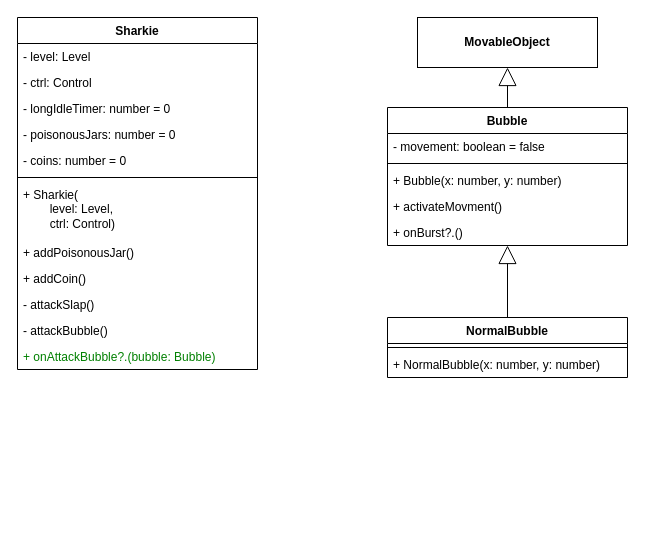
elma1989/sharkie keeps this draw.io diagram as docs/issue/28-diagram.drawio. Above is the earlier version. Source tidied: cells renumbered, new cells numbered last; positions are measured from the earlier drawing's top-left corner, leaving out a move shared by most shapes. Both pictures are drawn from the tidied source at 100%, with x=0, y=0 at pixel (17, 17).
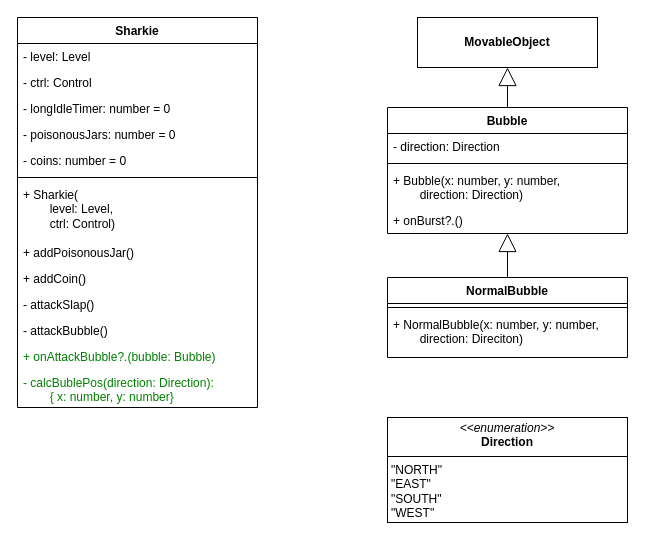
The same diagram, later.

Commit message (it also covers changes not shown here):
doc: classes NormalBubble, Sharkie, Level

What changed in the source:
```diff
@@
     <mxCell id="2" value="Sharkie" style="swimlane;fontStyle=1;align=center;verticalAlign=top;horizontal=1;startSize=26;whiteSpace=wrap;html=1;" parent="1" vertex="1">
-      <mxGeometry width="240" height="352" as="geometry" />
+      <mxGeometry width="240" height="390" as="geometry" />
     </mxCell>
@@
+    <mxCell id="27" value="- calcBublePos(direction: Direction):&lt;div&gt;&lt;span style=&quot;white-space: pre;&quot;&gt;&#9;&lt;/span&gt;{ x: number, y: number}&lt;br&gt;&lt;/div&gt;" style="text;strokeColor=none;fillColor=none;align=left;verticalAlign=top;spacingLeft=4;spacingRight=4;overflow=hidden;whiteSpace=wrap;html=1;fontColor=light-dark(#008000,#80FF80);" parent="2" vertex="1">
+      <mxGeometry y="352" width="240" height="38" as="geometry" />
+    </mxCell>
     <mxCell id="15" value="Bubble" style="swimlane;fontStyle=1;align=center;verticalAlign=top;horizontal=1;startSize=26;whiteSpace=wrap;html=1;" parent="1" vertex="1">
-      <mxGeometry x="370" y="90" width="240" height="138" as="geometry" />
+      <mxGeometry x="370" y="90" width="240" height="126" as="geometry" />
     </mxCell>
-    <mxCell id="16" value="- movement: boolean = false" style="text;strokeColor=none;fillColor=none;align=left;verticalAlign=top;spacingLeft=4;spacingRight=4;overflow=hidden;whiteSpace=wrap;html=1;" parent="15" vertex="1">
+    <mxCell id="16" value="- direction: Direction" style="text;strokeColor=none;fillColor=none;align=left;verticalAlign=top;spacingLeft=4;spacingRight=4;overflow=hidden;whiteSpace=wrap;html=1;" parent="15" vertex="1">
       <mxGeometry y="26" width="240" height="26" as="geometry" />
     </mxCell>
@@
-    <mxCell id="18" value="+ Bubble(x: number, y: number)" style="text;strokeColor=none;fillColor=none;align=left;verticalAlign=top;spacingLeft=4;spacingRight=4;overflow=hidden;whiteSpace=wrap;html=1;" parent="15" vertex="1">
-      <mxGeometry y="60" width="240" height="26" as="geometry" />
+    <mxCell id="18" value="+ Bubble(x: number, y: number,&lt;div&gt;&lt;span style=&quot;white-space: pre;&quot;&gt;&#9;&lt;/span&gt;direction: Direction)&lt;/div&gt;" style="text;strokeColor=none;fillColor=none;align=left;verticalAlign=top;spacingLeft=4;spacingRight=4;overflow=hidden;whiteSpace=wrap;html=1;" parent="15" vertex="1">
+      <mxGeometry y="60" width="240" height="40" as="geometry" />
     </mxCell>
-    <mxCell id="19" value="+ activateMovment()" style="text;strokeColor=none;fillColor=none;align=left;verticalAlign=top;spacingLeft=4;spacingRight=4;overflow=hidden;whiteSpace=wrap;html=1;" parent="15" vertex="1">
-      <mxGeometry y="86" width="240" height="26" as="geometry" />
-    </mxCell>
     <mxCell id="20" value="+ onBurst?.()" style="text;strokeColor=none;fillColor=none;align=left;verticalAlign=top;spacingLeft=4;spacingRight=4;overflow=hidden;whiteSpace=wrap;html=1;" parent="15" vertex="1">
-      <mxGeometry y="112" width="240" height="26" as="geometry" />
+      <mxGeometry y="100" width="240" height="26" as="geometry" />
     </mxCell>
@@
     <mxCell id="23" value="NormalBubble" style="swimlane;fontStyle=1;align=center;verticalAlign=top;horizontal=1;startSize=26;whiteSpace=wrap;html=1;" parent="1" vertex="1">
-      <mxGeometry x="370" y="300" width="240" height="60" as="geometry" />
+      <mxGeometry x="370" y="260" width="240" height="80" as="geometry" />
     </mxCell>
@@
-    <mxCell id="25" value="+ NormalBubble(x: number, y: number)" style="text;strokeColor=none;fillColor=none;align=left;verticalAlign=top;spacingLeft=4;spacingRight=4;overflow=hidden;whiteSpace=wrap;html=1;" parent="23" vertex="1">
-      <mxGeometry y="34" width="240" height="26" as="geometry" />
+    <mxCell id="25" value="+ NormalBubble(x: number, y: number,&lt;div&gt;&lt;span style=&quot;white-space: pre;&quot;&gt;&#9;&lt;/span&gt;direction: Direciton)&lt;/div&gt;" style="text;strokeColor=none;fillColor=none;align=left;verticalAlign=top;spacingLeft=4;spacingRight=4;overflow=hidden;whiteSpace=wrap;html=1;" parent="23" vertex="1">
+      <mxGeometry y="34" width="240" height="46" as="geometry" />
     </mxCell>
@@
+    <mxCell id="28" value="&lt;p style=&quot;margin:0px;margin-top:4px;text-align:center;&quot;&gt;&lt;i&gt;&amp;lt;&amp;lt;enumeration&amp;gt;&amp;gt;&lt;/i&gt;&lt;br&gt;&lt;b&gt;Direction&lt;/b&gt;&lt;/p&gt;&lt;hr size=&quot;1&quot; style=&quot;border-style:solid;&quot;&gt;&lt;p style=&quot;margin:0px;margin-left:4px;&quot;&gt;&quot;NORTH&quot;&lt;/p&gt;&lt;p style=&quot;margin:0px;margin-left:4px;&quot;&gt;&quot;EAST&quot;&lt;/p&gt;&lt;p style=&quot;margin:0px;margin-left:4px;&quot;&gt;&quot;SOUTH&quot;&lt;/p&gt;&lt;p style=&quot;margin:0px;margin-left:4px;&quot;&gt;&quot;WEST&quot;&lt;/p&gt;" style="verticalAlign=top;align=left;overflow=fill;html=1;whiteSpace=wrap;strokeColor=default;" parent="1" vertex="1">
+      <mxGeometry x="370" y="400" width="240" height="105" as="geometry" />
+    </mxCell>
```
